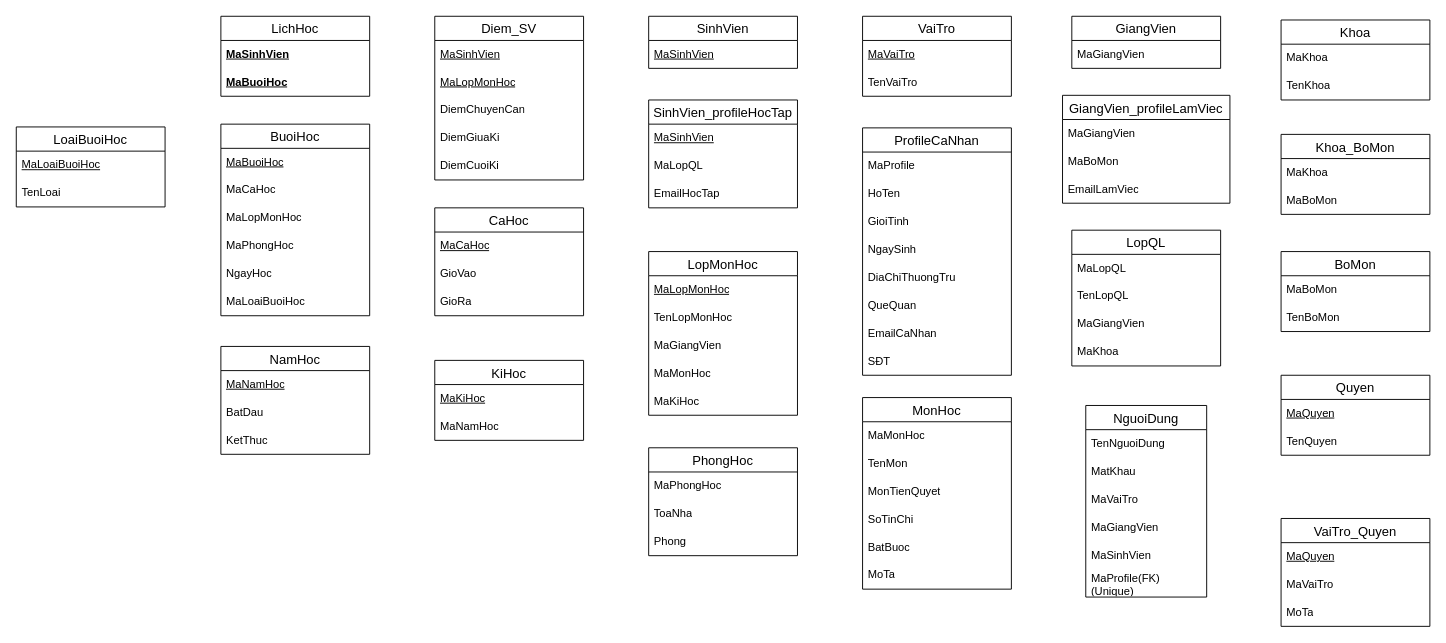
Above: entities.drawio in duyhelloworld/qlsinhvien-netcore (draw.io), before the change. Source tidied: cells renumbered, new cells numbered last; positions are measured from the earlier drawing's top-left corner, leaving out a move shared by most shapes. Both pictures are drawn from the tidied source at 93%, with x=0, y=0 at pixel (16, 16).
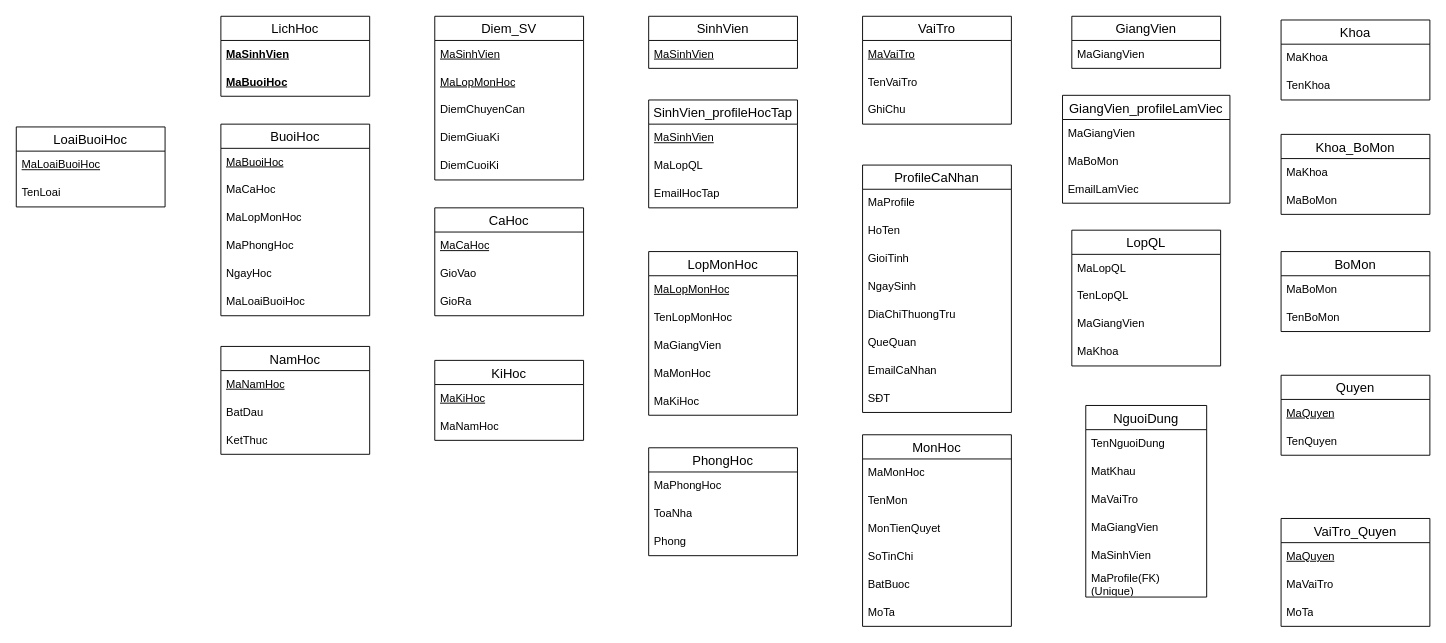
Above is the later version.

The edit, as a diff of the source:
```diff
@@
     <mxCell id="21" value="ProfileCaNhan" style="swimlane;fontStyle=0;horizontal=1;startSize=26;align=center;fontSize=14;" parent="1" vertex="1">
-      <mxGeometry x="910" y="120" width="160" height="266" as="geometry" />
+      <mxGeometry x="910" y="160" width="160" height="266" as="geometry" />
     </mxCell>
@@
     <mxCell id="34" value="VaiTro" style="swimlane;fontStyle=0;horizontal=1;startSize=26;align=center;fontSize=14;" parent="1" vertex="1">
-      <mxGeometry x="910" width="160" height="86" as="geometry" />
+      <mxGeometry x="910" width="160" height="116" as="geometry" />
     </mxCell>
@@
+    <mxCell id="101" value="GhiChu" style="text;strokeColor=none;fillColor=none;align=left;verticalAlign=middle;spacingLeft=4;spacingRight=4;overflow=hidden;whiteSpace=wrap;html=1;" parent="34" vertex="1">
+      <mxGeometry y="86" width="160" height="30" as="geometry" />
+    </mxCell>
@@
     <mxCell id="46" value="MonHoc" style="swimlane;fontStyle=0;horizontal=1;startSize=26;align=center;fontSize=14;" parent="1" vertex="1">
-      <mxGeometry x="910" y="410" width="160" height="206" as="geometry" />
+      <mxGeometry x="910" y="450" width="160" height="206" as="geometry" />
     </mxCell>
```
